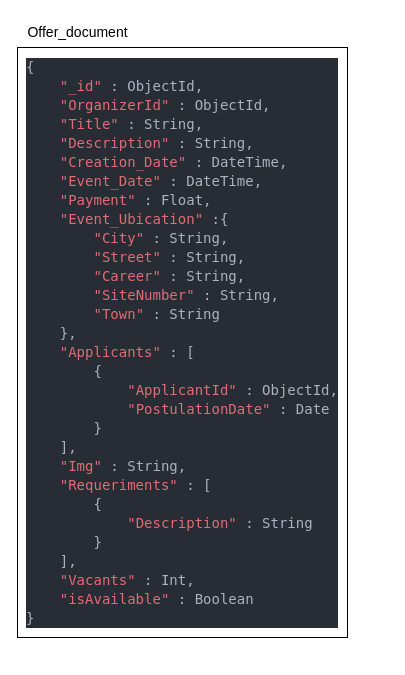
The draw.io diagram Base de datos/Offers/Offers.drawio in moises-ph/Nodens-documentacion, before the edit. Source tidied: cells renumbered, new cells numbered last; positions are measured from the earlier drawing's top-left corner, leaving out a move shared by most shapes. Both pictures are drawn from the tidied source at 100%, with x=0, y=0 at pixel (17, 17).
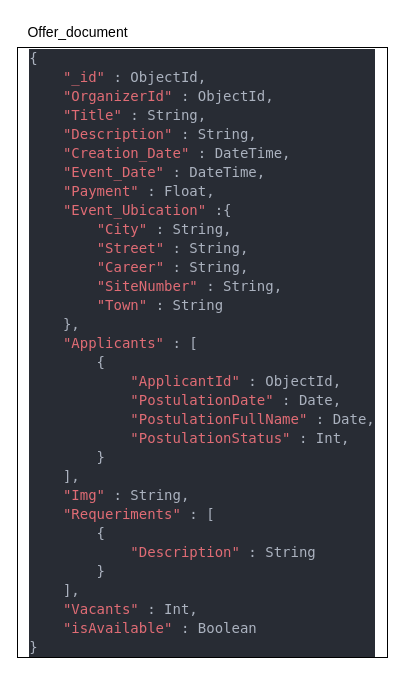
The same page after the edit.

Commit message:
Modelo de Ofertas actualizado, añadido stado y Nombre del aplicante

Change to the diagram source:
```diff
@@
 <mxGraphModel>
   <root>
     <mxCell id="0" />
     <mxCell id="1" parent="0" />
-    <mxCell id="2" value="&lt;div style=&quot;text-align: justify;&quot;&gt;&lt;div style=&quot;background-color: rgb(26, 27, 38); font-family: Consolas, &amp;quot;Courier New&amp;quot;, monospace; font-size: 14px; line-height: 19px;&quot;&gt;&lt;div style=&quot;background-color: rgb(40, 44, 52); font-family: &amp;quot;DejaVu Sans Mono&amp;quot;, Consolas, &amp;quot;Courier New&amp;quot;, monospace; line-height: 19px;&quot;&gt;&lt;div style=&quot;line-height: 19px;&quot;&gt;&lt;div style=&quot;color: rgb(171, 178, 191);&quot;&gt;{&lt;/div&gt;&lt;div style=&quot;&quot;&gt;&lt;span style=&quot;color: rgb(171, 178, 191);&quot;&gt;&amp;nbsp; &amp;nbsp; &lt;/span&gt;&lt;font color=&quot;#e06c75&quot;&gt;&quot;_id&quot;&lt;/font&gt;&lt;font color=&quot;#abb2bf&quot;&gt; : ObjectId,&lt;/font&gt;&lt;/div&gt;&lt;div style=&quot;&quot;&gt;&lt;font color=&quot;#abb2bf&quot;&gt;&amp;nbsp; &amp;nbsp;&amp;nbsp;&lt;/font&gt;&lt;font color=&quot;#e06c75&quot;&gt;&quot;OrganizerId&quot;&lt;/font&gt;&lt;font color=&quot;#abb2bf&quot;&gt;&amp;nbsp;: ObjectId,&lt;/font&gt;&lt;br&gt;&lt;/div&gt;&lt;div style=&quot;color: rgb(171, 178, 191);&quot;&gt;&amp;nbsp; &amp;nbsp; &lt;span style=&quot;color: #e06c75;&quot;&gt;&quot;Title&quot;&lt;/span&gt; : String,&lt;/div&gt;&lt;div style=&quot;color: rgb(171, 178, 191);&quot;&gt;&amp;nbsp; &amp;nbsp; &lt;span style=&quot;color: #e06c75;&quot;&gt;&quot;Description&quot;&lt;/span&gt; : String,&lt;/div&gt;&lt;div style=&quot;color: rgb(171, 178, 191);&quot;&gt;&amp;nbsp; &amp;nbsp; &lt;span style=&quot;color: #e06c75;&quot;&gt;&quot;Creation_Date&quot;&lt;/span&gt; : DateTime,&lt;/div&gt;&lt;div style=&quot;color: rgb(171, 178, 191);&quot;&gt;&amp;nbsp; &amp;nbsp; &lt;span style=&quot;color: #e06c75;&quot;&gt;&quot;Event_Date&quot;&lt;/span&gt; : DateTime,&lt;/div&gt;&lt;div style=&quot;color: rgb(171, 178, 191);&quot;&gt;&amp;nbsp; &amp;nbsp; &lt;span style=&quot;color: #e06c75;&quot;&gt;&quot;Payment&quot;&lt;/span&gt; : Float,&lt;/div&gt;&lt;div style=&quot;color: rgb(171, 178, 191);&quot;&gt;&amp;nbsp; &amp;nbsp; &lt;span style=&quot;color: #e06c75;&quot;&gt;&quot;Event_Ubication&quot;&lt;/span&gt; :{&lt;/div&gt;&lt;div style=&quot;color: rgb(171, 178, 191);&quot;&gt;&amp;nbsp; &amp;nbsp; &amp;nbsp; &amp;nbsp; &lt;span style=&quot;color: #e06c75;&quot;&gt;&quot;City&quot;&lt;/span&gt; : String,&lt;/div&gt;&lt;div style=&quot;color: rgb(171, 178, 191);&quot;&gt;&amp;nbsp; &amp;nbsp; &amp;nbsp; &amp;nbsp; &lt;span style=&quot;color: #e06c75;&quot;&gt;&quot;Street&quot;&lt;/span&gt; : String,&lt;/div&gt;&lt;div style=&quot;color: rgb(171, 178, 191);&quot;&gt;&amp;nbsp; &amp;nbsp; &amp;nbsp; &amp;nbsp; &lt;span style=&quot;color: #e06c75;&quot;&gt;&quot;Career&quot;&lt;/span&gt; : String,&lt;/div&gt;&lt;div style=&quot;color: rgb(171, 178, 191);&quot;&gt;&amp;nbsp; &amp;nbsp; &amp;nbsp; &amp;nbsp; &lt;span style=&quot;color: #e06c75;&quot;&gt;&quot;SiteNumber&quot;&lt;/span&gt; : String,&lt;/div&gt;&lt;div style=&quot;color: rgb(171, 178, 191);&quot;&gt;&amp;nbsp; &amp;nbsp; &amp;nbsp; &amp;nbsp; &lt;span style=&quot;color: #e06c75;&quot;&gt;&quot;Town&quot;&lt;/span&gt; : String&lt;/div&gt;&lt;div style=&quot;color: rgb(171, 178, 191);&quot;&gt;&amp;nbsp; &amp;nbsp; },&lt;/div&gt;&lt;div style=&quot;color: rgb(171, 178, 191);&quot;&gt;&amp;nbsp; &amp;nbsp; &lt;span style=&quot;color: #e06c75;&quot;&gt;&quot;Applicants&quot;&lt;/span&gt; : [&lt;/div&gt;&lt;div style=&quot;color: rgb(171, 178, 191);&quot;&gt;&amp;nbsp; &amp;nbsp; &amp;nbsp; &amp;nbsp; {&lt;/div&gt;&lt;div style=&quot;color: rgb(171, 178, 191);&quot;&gt;&amp;nbsp; &amp;nbsp; &amp;nbsp; &amp;nbsp; &amp;nbsp; &amp;nbsp; &lt;span style=&quot;color: #e06c75;&quot;&gt;&quot;ApplicantId&quot;&lt;/span&gt; : ObjectId,&lt;/div&gt;&lt;div style=&quot;color: rgb(171, 178, 191);&quot;&gt;&amp;nbsp; &amp;nbsp; &amp;nbsp; &amp;nbsp; &amp;nbsp; &amp;nbsp; &lt;span style=&quot;color: #e06c75;&quot;&gt;&quot;PostulationDate&quot;&lt;/span&gt; : Date&lt;/div&gt;&lt;div style=&quot;color: rgb(171, 178, 191);&quot;&gt;&amp;nbsp; &amp;nbsp; &amp;nbsp; &amp;nbsp; }&lt;/div&gt;&lt;div style=&quot;color: rgb(171, 178, 191);&quot;&gt;&amp;nbsp; &amp;nbsp; ],&lt;/div&gt;&lt;div style=&quot;color: rgb(171, 178, 191);&quot;&gt;&amp;nbsp; &amp;nbsp; &lt;span style=&quot;color: #e06c75;&quot;&gt;&quot;Img&quot;&lt;/span&gt; : String,&lt;/div&gt;&lt;div style=&quot;color: rgb(171, 178, 191);&quot;&gt;&amp;nbsp; &amp;nbsp; &lt;span style=&quot;color: #e06c75;&quot;&gt;&quot;Requeriments&quot;&lt;/span&gt; : [&lt;/div&gt;&lt;div style=&quot;color: rgb(171, 178, 191);&quot;&gt;&amp;nbsp; &amp;nbsp; &amp;nbsp; &amp;nbsp; {&lt;/div&gt;&lt;div style=&quot;color: rgb(171, 178, 191);&quot;&gt;&amp;nbsp; &amp;nbsp; &amp;nbsp; &amp;nbsp; &amp;nbsp; &amp;nbsp; &lt;span style=&quot;color: #e06c75;&quot;&gt;&quot;Description&quot;&lt;/span&gt; : String&lt;/div&gt;&lt;div style=&quot;color: rgb(171, 178, 191);&quot;&gt;&amp;nbsp; &amp;nbsp; &amp;nbsp; &amp;nbsp; }&lt;/div&gt;&lt;div style=&quot;color: rgb(171, 178, 191);&quot;&gt;&amp;nbsp; &amp;nbsp; ],&lt;/div&gt;&lt;div style=&quot;color: rgb(171, 178, 191);&quot;&gt;&amp;nbsp; &amp;nbsp; &lt;span style=&quot;color: #e06c75;&quot;&gt;&quot;Vacants&quot;&lt;/span&gt; : Int,&lt;/div&gt;&lt;div style=&quot;&quot;&gt;&lt;font color=&quot;#abb2bf&quot;&gt;&amp;nbsp; &amp;nbsp;&amp;nbsp;&lt;/font&gt;&lt;font color=&quot;#e06c75&quot;&gt;&quot;isAvailable&quot;&lt;/font&gt;&lt;font color=&quot;#abb2bf&quot;&gt;&amp;nbsp;: Boolean&lt;/font&gt;&lt;br&gt;&lt;/div&gt;&lt;div style=&quot;color: rgb(171, 178, 191);&quot;&gt;}&lt;/div&gt;&lt;/div&gt;&lt;/div&gt;&lt;/div&gt;&lt;/div&gt;" style="rounded=0;whiteSpace=wrap;html=1;" parent="1" vertex="1">
-      <mxGeometry y="30" width="330" height="590" as="geometry" />
+    <mxCell id="2" value="&lt;div style=&quot;text-align: justify;&quot;&gt;&lt;div style=&quot;background-color: rgb(26, 27, 38); font-family: Consolas, &amp;quot;Courier New&amp;quot;, monospace; font-size: 14px; line-height: 19px;&quot;&gt;&lt;div style=&quot;background-color: rgb(40, 44, 52); font-family: &amp;quot;DejaVu Sans Mono&amp;quot;, Consolas, &amp;quot;Courier New&amp;quot;, monospace; line-height: 19px;&quot;&gt;&lt;div style=&quot;line-height: 19px;&quot;&gt;&lt;div style=&quot;color: rgb(171, 178, 191);&quot;&gt;{&lt;/div&gt;&lt;div style=&quot;&quot;&gt;&lt;span style=&quot;color: rgb(171, 178, 191);&quot;&gt;&amp;nbsp; &amp;nbsp; &lt;/span&gt;&lt;font color=&quot;#e06c75&quot;&gt;&quot;_id&quot;&lt;/font&gt;&lt;font color=&quot;#abb2bf&quot;&gt; : ObjectId,&lt;/font&gt;&lt;/div&gt;&lt;div style=&quot;&quot;&gt;&lt;font color=&quot;#abb2bf&quot;&gt;&amp;nbsp; &amp;nbsp;&amp;nbsp;&lt;/font&gt;&lt;font color=&quot;#e06c75&quot;&gt;&quot;OrganizerId&quot;&lt;/font&gt;&lt;font color=&quot;#abb2bf&quot;&gt;&amp;nbsp;: ObjectId,&lt;/font&gt;&lt;br&gt;&lt;/div&gt;&lt;div style=&quot;color: rgb(171, 178, 191);&quot;&gt;&amp;nbsp; &amp;nbsp; &lt;span style=&quot;color: #e06c75;&quot;&gt;&quot;Title&quot;&lt;/span&gt; : String,&lt;/div&gt;&lt;div style=&quot;color: rgb(171, 178, 191);&quot;&gt;&amp;nbsp; &amp;nbsp; &lt;span style=&quot;color: #e06c75;&quot;&gt;&quot;Description&quot;&lt;/span&gt; : String,&lt;/div&gt;&lt;div style=&quot;color: rgb(171, 178, 191);&quot;&gt;&amp;nbsp; &amp;nbsp; &lt;span style=&quot;color: #e06c75;&quot;&gt;&quot;Creation_Date&quot;&lt;/span&gt; : DateTime,&lt;/div&gt;&lt;div style=&quot;color: rgb(171, 178, 191);&quot;&gt;&amp;nbsp; &amp;nbsp; &lt;span style=&quot;color: #e06c75;&quot;&gt;&quot;Event_Date&quot;&lt;/span&gt; : DateTime,&lt;/div&gt;&lt;div style=&quot;color: rgb(171, 178, 191);&quot;&gt;&amp;nbsp; &amp;nbsp; &lt;span style=&quot;color: #e06c75;&quot;&gt;&quot;Payment&quot;&lt;/span&gt; : Float,&lt;/div&gt;&lt;div style=&quot;color: rgb(171, 178, 191);&quot;&gt;&amp;nbsp; &amp;nbsp; &lt;span style=&quot;color: #e06c75;&quot;&gt;&quot;Event_Ubication&quot;&lt;/span&gt; :{&lt;/div&gt;&lt;div style=&quot;color: rgb(171, 178, 191);&quot;&gt;&amp;nbsp; &amp;nbsp; &amp;nbsp; &amp;nbsp; &lt;span style=&quot;color: #e06c75;&quot;&gt;&quot;City&quot;&lt;/span&gt; : String,&lt;/div&gt;&lt;div style=&quot;color: rgb(171, 178, 191);&quot;&gt;&amp;nbsp; &amp;nbsp; &amp;nbsp; &amp;nbsp; &lt;span style=&quot;color: #e06c75;&quot;&gt;&quot;Street&quot;&lt;/span&gt; : String,&lt;/div&gt;&lt;div style=&quot;color: rgb(171, 178, 191);&quot;&gt;&amp;nbsp; &amp;nbsp; &amp;nbsp; &amp;nbsp; &lt;span style=&quot;color: #e06c75;&quot;&gt;&quot;Career&quot;&lt;/span&gt; : String,&lt;/div&gt;&lt;div style=&quot;color: rgb(171, 178, 191);&quot;&gt;&amp;nbsp; &amp;nbsp; &amp;nbsp; &amp;nbsp; &lt;span style=&quot;color: #e06c75;&quot;&gt;&quot;SiteNumber&quot;&lt;/span&gt; : String,&lt;/div&gt;&lt;div style=&quot;color: rgb(171, 178, 191);&quot;&gt;&amp;nbsp; &amp;nbsp; &amp;nbsp; &amp;nbsp; &lt;span style=&quot;color: #e06c75;&quot;&gt;&quot;Town&quot;&lt;/span&gt; : String&lt;/div&gt;&lt;div style=&quot;color: rgb(171, 178, 191);&quot;&gt;&amp;nbsp; &amp;nbsp; },&lt;/div&gt;&lt;div style=&quot;color: rgb(171, 178, 191);&quot;&gt;&amp;nbsp; &amp;nbsp; &lt;span style=&quot;color: #e06c75;&quot;&gt;&quot;Applicants&quot;&lt;/span&gt; : [&lt;/div&gt;&lt;div style=&quot;color: rgb(171, 178, 191);&quot;&gt;&amp;nbsp; &amp;nbsp; &amp;nbsp; &amp;nbsp; {&lt;/div&gt;&lt;div style=&quot;color: rgb(171, 178, 191);&quot;&gt;&amp;nbsp; &amp;nbsp; &amp;nbsp; &amp;nbsp; &amp;nbsp; &amp;nbsp; &lt;span style=&quot;color: #e06c75;&quot;&gt;&quot;ApplicantId&quot;&lt;/span&gt; : ObjectId,&lt;/div&gt;&lt;div style=&quot;color: rgb(171, 178, 191);&quot;&gt;&amp;nbsp; &amp;nbsp; &amp;nbsp; &amp;nbsp; &amp;nbsp; &amp;nbsp; &lt;span style=&quot;color: #e06c75;&quot;&gt;&quot;PostulationDate&quot;&lt;/span&gt; : Date,&lt;/div&gt;&lt;div style=&quot;&quot;&gt;&lt;span style=&quot;color: rgb(171, 178, 191);&quot;&gt;&amp;nbsp; &amp;nbsp; &amp;nbsp; &amp;nbsp; &amp;nbsp; &amp;nbsp;&amp;nbsp;&lt;/span&gt;&lt;font color=&quot;#e06c75&quot;&gt;&quot;PostulationFullName&quot;&lt;/font&gt;&lt;font color=&quot;#abb2bf&quot;&gt;&amp;nbsp;: Date,&lt;/font&gt;&lt;br&gt;&lt;/div&gt;&lt;div style=&quot;&quot;&gt;&lt;span style=&quot;color: rgb(171, 178, 191);&quot;&gt;&amp;nbsp; &amp;nbsp; &amp;nbsp; &amp;nbsp; &amp;nbsp; &amp;nbsp; &lt;/span&gt;&lt;font color=&quot;#e06c75&quot;&gt;&quot;PostulationStatus&quot;&lt;/font&gt;&lt;font color=&quot;#abb2bf&quot;&gt;&amp;nbsp;: Int,&lt;/font&gt;&lt;br&gt;&lt;/div&gt;&lt;div style=&quot;color: rgb(171, 178, 191);&quot;&gt;&amp;nbsp; &amp;nbsp; &amp;nbsp; &amp;nbsp; }&lt;/div&gt;&lt;div style=&quot;color: rgb(171, 178, 191);&quot;&gt;&amp;nbsp; &amp;nbsp; ],&lt;/div&gt;&lt;div style=&quot;color: rgb(171, 178, 191);&quot;&gt;&amp;nbsp; &amp;nbsp; &lt;span style=&quot;color: #e06c75;&quot;&gt;&quot;Img&quot;&lt;/span&gt; : String,&lt;/div&gt;&lt;div style=&quot;color: rgb(171, 178, 191);&quot;&gt;&amp;nbsp; &amp;nbsp; &lt;span style=&quot;color: #e06c75;&quot;&gt;&quot;Requeriments&quot;&lt;/span&gt; : [&lt;/div&gt;&lt;div style=&quot;color: rgb(171, 178, 191);&quot;&gt;&amp;nbsp; &amp;nbsp; &amp;nbsp; &amp;nbsp; {&lt;/div&gt;&lt;div style=&quot;color: rgb(171, 178, 191);&quot;&gt;&amp;nbsp; &amp;nbsp; &amp;nbsp; &amp;nbsp; &amp;nbsp; &amp;nbsp; &lt;span style=&quot;color: #e06c75;&quot;&gt;&quot;Description&quot;&lt;/span&gt; : String&lt;/div&gt;&lt;div style=&quot;color: rgb(171, 178, 191);&quot;&gt;&amp;nbsp; &amp;nbsp; &amp;nbsp; &amp;nbsp; }&lt;/div&gt;&lt;div style=&quot;color: rgb(171, 178, 191);&quot;&gt;&amp;nbsp; &amp;nbsp; ],&lt;/div&gt;&lt;div style=&quot;color: rgb(171, 178, 191);&quot;&gt;&amp;nbsp; &amp;nbsp; &lt;span style=&quot;color: #e06c75;&quot;&gt;&quot;Vacants&quot;&lt;/span&gt; : Int,&lt;/div&gt;&lt;div style=&quot;&quot;&gt;&lt;font color=&quot;#abb2bf&quot;&gt;&amp;nbsp; &amp;nbsp;&amp;nbsp;&lt;/font&gt;&lt;font color=&quot;#e06c75&quot;&gt;&quot;isAvailable&quot;&lt;/font&gt;&lt;font color=&quot;#abb2bf&quot;&gt;&amp;nbsp;: Boolean&lt;/font&gt;&lt;br&gt;&lt;/div&gt;&lt;div style=&quot;color: rgb(171, 178, 191);&quot;&gt;}&lt;/div&gt;&lt;/div&gt;&lt;/div&gt;&lt;/div&gt;&lt;/div&gt;" style="rounded=0;whiteSpace=wrap;html=1;" parent="1" vertex="1">
+      <mxGeometry y="30" width="370" height="610" as="geometry" />
     </mxCell>
     <mxCell id="3" value="Offer_document" style="text;html=1;align=center;verticalAlign=middle;strokeColor=none;fillColor=none;fontSize=14;" parent="1" vertex="1">
       <mxGeometry width="120" height="30" as="geometry" />
     </mxCell>
   </root>
 </mxGraphModel>
```
